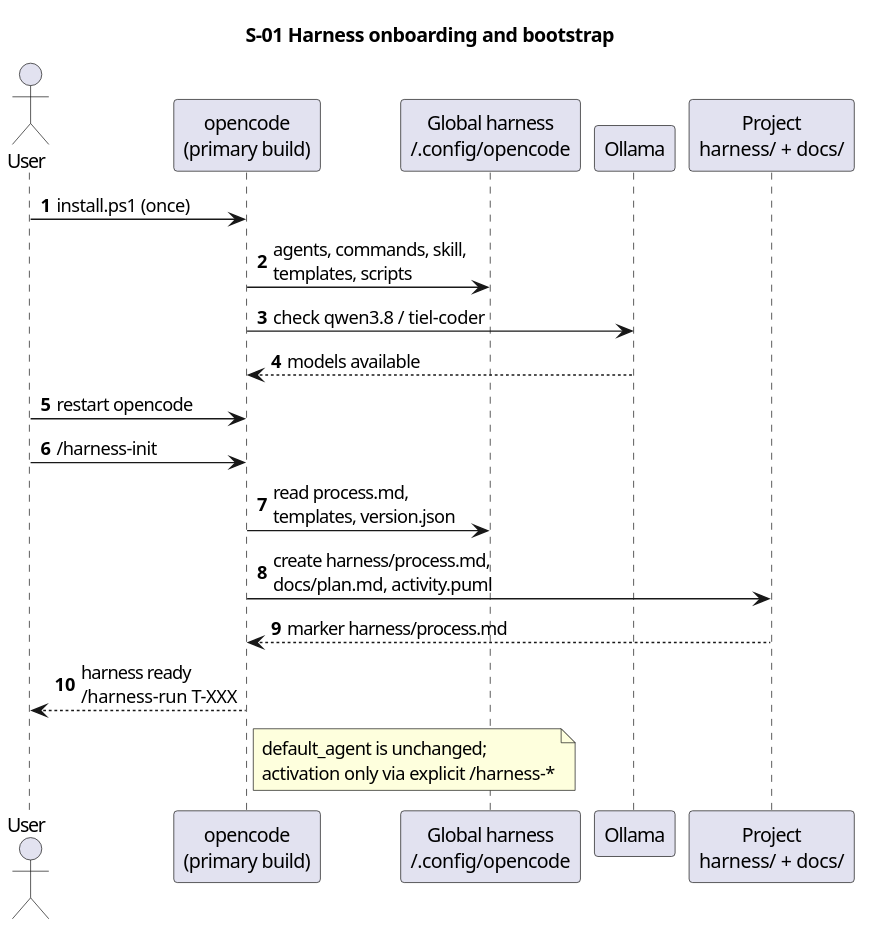
Above: docs/description/diagrams/seq-01-bootstrap.svg in serge-sasov/harness (PlantUML), before the change.
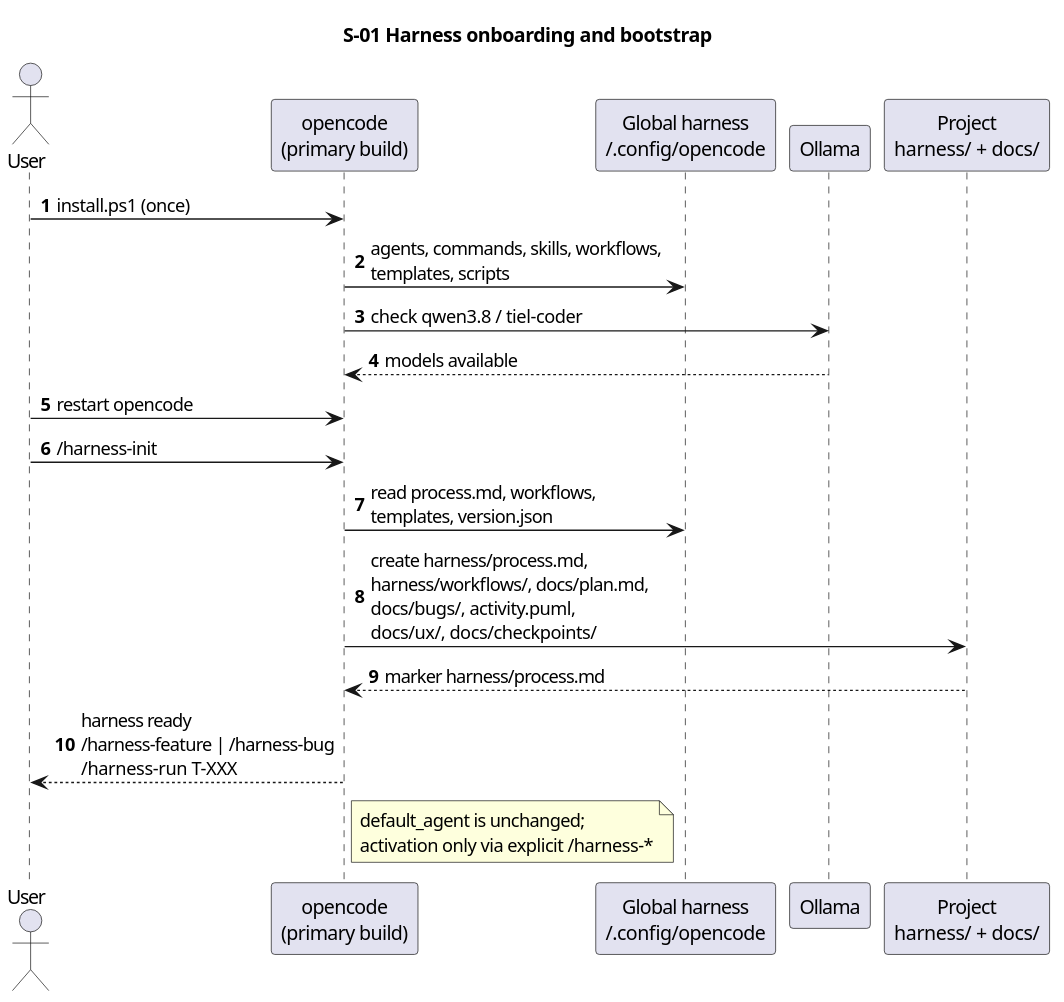
The same diagram one commit later.

Diff of the diagram source:
```diff
@@ -10,15 +10,15 @@
 participant "Project\nharness/ + docs/" as project
 
 user -> oc : install.ps1 (once)
-oc -> gh : agents, commands, skill,\ntemplates, scripts
+oc -> gh : agents, commands, skills, workflows,\ntemplates, scripts
 oc -> ollama : check qwen3.8 / tiel-coder
 ollama --> oc : models available
 user -> oc : restart opencode
 user -> oc : /harness-init
-oc -> gh : read process.md,\ntemplates, version.json
-oc -> project : create harness/process.md,\ndocs/plan.md, activity.puml
+oc -> gh : read process.md, workflows,\ntemplates, version.json
+oc -> project : create harness/process.md,\nharness/workflows/, docs/plan.md,\ndocs/bugs/, activity.puml,\ndocs/ux/, docs/checkpoints/
 project --> oc : marker harness/process.md
-oc --> user : harness ready\n/harness-run T-XXX
+oc --> user : harness ready\n/harness-feature | /harness-bug\n/harness-run T-XXX
 note right of oc
   default_agent is unchanged;
   activation only via explicit /harness-*
```
